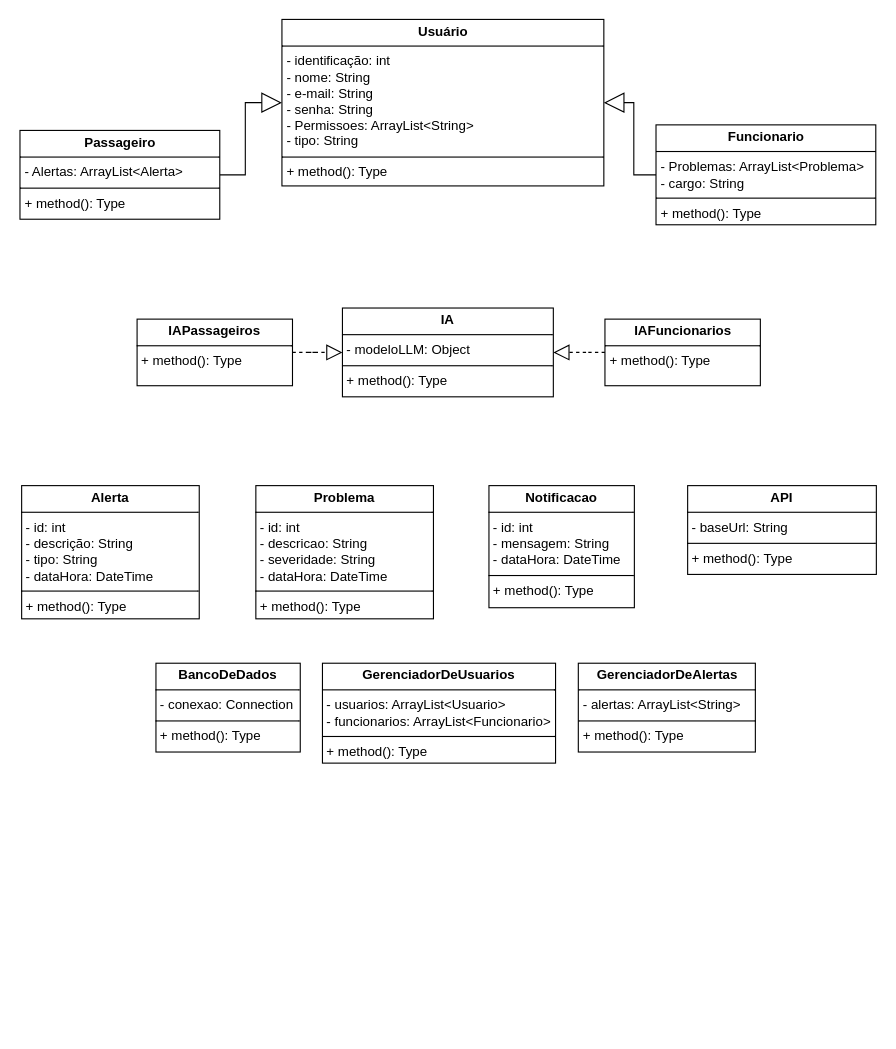
Above: Sprint1-Java-main/Sprint1.drawio in Bortolai/Sprint1-Java (draw.io), before the change. Source tidied: cells renumbered, new cells numbered last; positions are measured from the earlier drawing's top-left corner, leaving out a move shared by most shapes. Both pictures are drawn from the tidied source at 111%, with x=0, y=0 at pixel (20, 19).
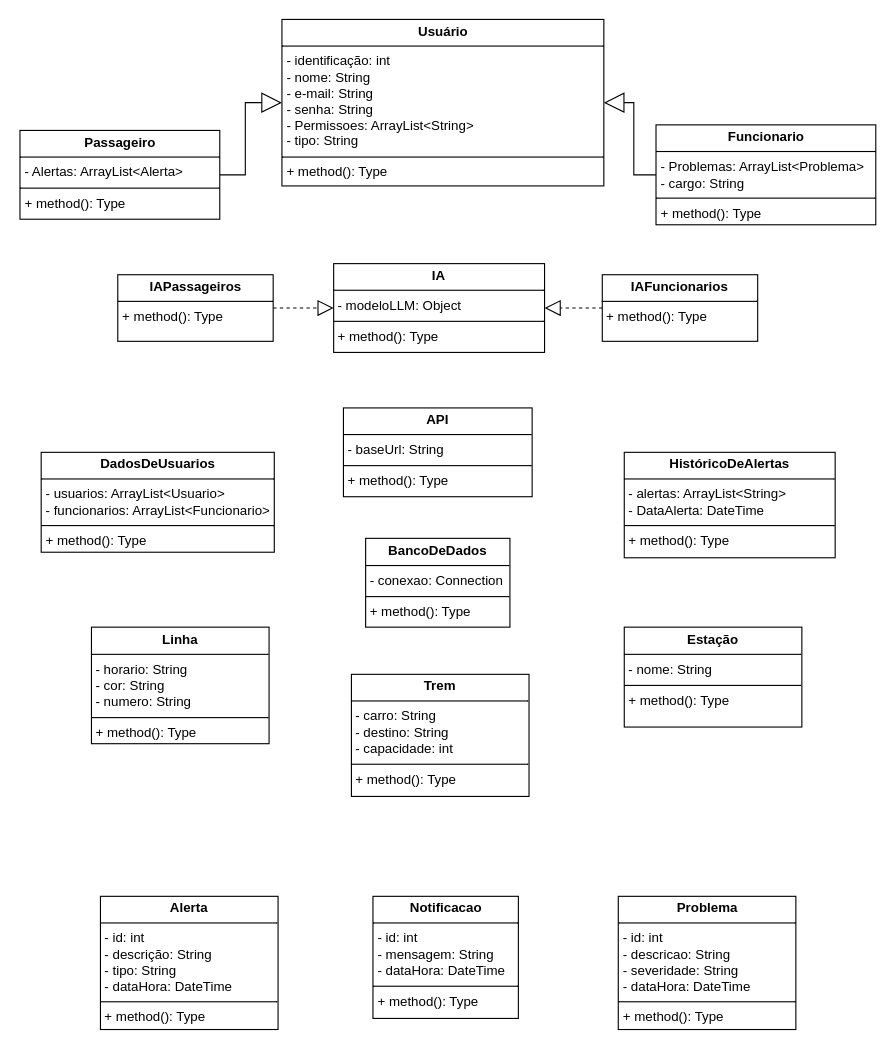
The same page after the edit.

What changed in the source:
```diff
@@
     <mxCell id="7" value="&lt;p style=&quot;margin:0px;margin-top:4px;text-align:center;&quot;&gt;&lt;b&gt;Alerta&lt;/b&gt;&lt;/p&gt;&lt;hr size=&quot;1&quot; style=&quot;border-style:solid;&quot;&gt;&lt;p style=&quot;margin:0px;margin-left:4px;&quot;&gt;- id: int&lt;/p&gt;&lt;p style=&quot;margin:0px;margin-left:4px;&quot;&gt;- descrição: String&lt;/p&gt;&lt;p style=&quot;margin:0px;margin-left:4px;&quot;&gt;- tipo: String&lt;/p&gt;&lt;p style=&quot;margin:0px;margin-left:4px;&quot;&gt;- dataHora: DateTime&lt;/p&gt;&lt;hr size=&quot;1&quot; style=&quot;border-style:solid;&quot;&gt;&lt;p style=&quot;margin:0px;margin-left:4px;&quot;&gt;+ method(): Type&lt;br&gt;&lt;/p&gt;" style="verticalAlign=top;align=left;overflow=fill;html=1;whiteSpace=wrap;" parent="1" vertex="1">
-      <mxGeometry x="1" y="420" width="160" height="120" as="geometry" />
+      <mxGeometry x="72" y="790" width="160" height="120" as="geometry" />
     </mxCell>
     <mxCell id="8" value="&lt;p style=&quot;margin:0px;margin-top:4px;text-align:center;&quot;&gt;&lt;b&gt;Problema&lt;/b&gt;&lt;/p&gt;&lt;hr size=&quot;1&quot; style=&quot;border-style:solid;&quot;&gt;&lt;p style=&quot;margin:0px;margin-left:4px;&quot;&gt;- id: int&lt;/p&gt;&lt;p style=&quot;margin:0px;margin-left:4px;&quot;&gt;- descricao: String&lt;/p&gt;&lt;p style=&quot;margin:0px;margin-left:4px;&quot;&gt;- severidade: String&lt;/p&gt;&lt;p style=&quot;margin:0px;margin-left:4px;&quot;&gt;- dataHora: DateTime&lt;/p&gt;&lt;hr size=&quot;1&quot; style=&quot;border-style:solid;&quot;&gt;&lt;p style=&quot;margin:0px;margin-left:4px;&quot;&gt;+ method(): Type&lt;br&gt;&lt;/p&gt;" style="verticalAlign=top;align=left;overflow=fill;html=1;whiteSpace=wrap;" parent="1" vertex="1">
-      <mxGeometry x="212" y="420" width="160" height="120" as="geometry" />
+      <mxGeometry x="538.5" y="790" width="160" height="120" as="geometry" />
     </mxCell>
     <mxCell id="9" value="&lt;p style=&quot;margin:0px;margin-top:4px;text-align:center;&quot;&gt;&lt;b&gt;Notificacao&lt;/b&gt;&lt;/p&gt;&lt;hr size=&quot;1&quot; style=&quot;border-style:solid;&quot;&gt;&lt;p style=&quot;margin:0px;margin-left:4px;&quot;&gt;- id: int&lt;/p&gt;&lt;p style=&quot;margin:0px;margin-left:4px;&quot;&gt;- mensagem: String&lt;/p&gt;&lt;p style=&quot;margin:0px;margin-left:4px;&quot;&gt;- dataHora: DateTime&lt;/p&gt;&lt;hr size=&quot;1&quot; style=&quot;border-style:solid;&quot;&gt;&lt;p style=&quot;margin:0px;margin-left:4px;&quot;&gt;+ method(): Type&lt;br&gt;&lt;/p&gt;" style="verticalAlign=top;align=left;overflow=fill;html=1;whiteSpace=wrap;" parent="1" vertex="1">
-      <mxGeometry x="422" y="420" width="131" height="110" as="geometry" />
+      <mxGeometry x="317.5" y="790" width="131" height="110" as="geometry" />
     </mxCell>
@@
     <mxCell id="11" value="&lt;p style=&quot;margin:0px;margin-top:4px;text-align:center;&quot;&gt;&lt;b&gt;IAPassageiros&lt;/b&gt;&lt;/p&gt;&lt;hr size=&quot;1&quot; style=&quot;border-style:solid;&quot;&gt;&lt;p style=&quot;margin:0px;margin-left:4px;&quot;&gt;+ method(): Type&lt;br&gt;&lt;/p&gt;" style="verticalAlign=top;align=left;overflow=fill;html=1;whiteSpace=wrap;" parent="1" vertex="1">
-      <mxGeometry x="105" y="270" width="140" height="60" as="geometry" />
+      <mxGeometry x="87.6" y="230" width="140" height="60" as="geometry" />
     </mxCell>
@@
     <mxCell id="13" value="&lt;p style=&quot;margin:0px;margin-top:4px;text-align:center;&quot;&gt;&lt;b&gt;IAFuncionarios&lt;/b&gt;&lt;/p&gt;&lt;hr size=&quot;1&quot; style=&quot;border-style:solid;&quot;&gt;&lt;p style=&quot;margin:0px;margin-left:4px;&quot;&gt;+ method(): Type&lt;br&gt;&lt;/p&gt;" style="verticalAlign=top;align=left;overflow=fill;html=1;whiteSpace=wrap;" parent="1" vertex="1">
-      <mxGeometry x="526.5" y="270" width="140" height="60" as="geometry" />
+      <mxGeometry x="524.1" y="230" width="140" height="60" as="geometry" />
     </mxCell>
     <mxCell id="14" value="&lt;p style=&quot;margin:0px;margin-top:4px;text-align:center;&quot;&gt;&lt;b&gt;BancoDeDados&lt;/b&gt;&lt;/p&gt;&lt;hr size=&quot;1&quot; style=&quot;border-style:solid;&quot;&gt;&lt;p style=&quot;margin:0px;margin-left:4px;&quot;&gt;- conexao: Connection&lt;/p&gt;&lt;hr size=&quot;1&quot; style=&quot;border-style:solid;&quot;&gt;&lt;p style=&quot;margin:0px;margin-left:4px;&quot;&gt;+ method(): Type&lt;br&gt;&lt;/p&gt;" style="verticalAlign=top;align=left;overflow=fill;html=1;whiteSpace=wrap;" parent="1" vertex="1">
-      <mxGeometry x="122" y="580" width="130" height="80" as="geometry" />
+      <mxGeometry x="310.9" y="467.5" width="130" height="80" as="geometry" />
     </mxCell>
     <mxCell id="15" value="&lt;p style=&quot;margin:0px;margin-top:4px;text-align:center;&quot;&gt;&lt;b&gt;IA&lt;/b&gt;&lt;/p&gt;&lt;hr size=&quot;1&quot; style=&quot;border-style:solid;&quot;&gt;&lt;p style=&quot;margin:0px;margin-left:4px;&quot;&gt;- modeloLLM: Object&lt;br&gt;&lt;/p&gt;&lt;hr size=&quot;1&quot; style=&quot;border-style:solid;&quot;&gt;&lt;p style=&quot;margin: 0px 0px 0px 4px;&quot;&gt;+ method(): Type&lt;br&gt;&lt;/p&gt;" style="verticalAlign=top;align=left;overflow=fill;html=1;whiteSpace=wrap;fillColor=none;" parent="1" vertex="1">
-      <mxGeometry x="290" y="260" width="190" height="80" as="geometry" />
+      <mxGeometry x="282.1" y="220" width="190" height="80" as="geometry" />
     </mxCell>
     <mxCell id="16" value="&lt;p style=&quot;margin:0px;margin-top:4px;text-align:center;&quot;&gt;&lt;b&gt;API&lt;/b&gt;&lt;/p&gt;&lt;hr size=&quot;1&quot; style=&quot;border-style:solid;&quot;&gt;&lt;p style=&quot;margin:0px;margin-left:4px;&quot;&gt;- baseUrl: String&lt;br&gt;&lt;/p&gt;&lt;hr size=&quot;1&quot; style=&quot;border-style:solid;&quot;&gt;&lt;p style=&quot;margin:0px;margin-left:4px;&quot;&gt;+ method(): Type&lt;br&gt;&lt;/p&gt;" style="verticalAlign=top;align=left;overflow=fill;html=1;whiteSpace=wrap;" parent="1" vertex="1">
-      <mxGeometry x="601" y="420" width="170" height="80" as="geometry" />
+      <mxGeometry x="290.9" y="350" width="170" height="80" as="geometry" />
     </mxCell>
-    <mxCell id="17" value="&lt;p style=&quot;margin:0px;margin-top:4px;text-align:center;&quot;&gt;&lt;b&gt;GerenciadorDeAlertas&lt;/b&gt;&lt;br&gt;&lt;/p&gt;&lt;hr size=&quot;1&quot; style=&quot;border-style:solid;&quot;&gt;&lt;p style=&quot;margin:0px;margin-left:4px;&quot;&gt;- alertas: ArrayList&amp;lt;String&amp;gt;&lt;br&gt;&lt;/p&gt;&lt;hr size=&quot;1&quot; style=&quot;border-style:solid;&quot;&gt;&lt;p style=&quot;margin: 0px 0px 0px 4px;&quot;&gt;+ method(): Type&lt;br&gt;&lt;/p&gt;" style="verticalAlign=top;align=left;overflow=fill;html=1;whiteSpace=wrap;" parent="1" vertex="1">
-      <mxGeometry x="502.5" y="580" width="159.5" height="80" as="geometry" />
+    <mxCell id="17" value="&lt;p style=&quot;margin:0px;margin-top:4px;text-align:center;&quot;&gt;&lt;b&gt;HistóricoDeAlertas&lt;/b&gt;&lt;br&gt;&lt;/p&gt;&lt;hr size=&quot;1&quot; style=&quot;border-style:solid;&quot;&gt;&lt;p style=&quot;margin:0px;margin-left:4px;&quot;&gt;- alertas: ArrayList&amp;lt;String&amp;gt;&lt;br&gt;&lt;/p&gt;&lt;p style=&quot;margin:0px;margin-left:4px;&quot;&gt;- DataAlerta: DateTime&lt;/p&gt;&lt;hr size=&quot;1&quot; style=&quot;border-style:solid;&quot;&gt;&lt;p style=&quot;margin: 0px 0px 0px 4px;&quot;&gt;+ method(): Type&lt;br&gt;&lt;/p&gt;" style="verticalAlign=top;align=left;overflow=fill;html=1;whiteSpace=wrap;" parent="1" vertex="1">
+      <mxGeometry x="543.9" y="390" width="190" height="95" as="geometry" />
     </mxCell>
-    <mxCell id="18" value="&lt;p style=&quot;margin:0px;margin-top:4px;text-align:center;&quot;&gt;&lt;b&gt;GerenciadorDeUsuarios&lt;/b&gt;&lt;br&gt;&lt;/p&gt;&lt;hr size=&quot;1&quot; style=&quot;border-style:solid;&quot;&gt;&lt;p style=&quot;margin:0px;margin-left:4px;&quot;&gt;- usuarios: ArrayList&amp;lt;Usuario&amp;gt;&lt;br&gt;&lt;/p&gt;&lt;p style=&quot;margin:0px;margin-left:4px;&quot;&gt;- funcionarios: ArrayList&amp;lt;Funcionario&amp;gt;&lt;/p&gt;&lt;hr size=&quot;1&quot; style=&quot;border-style:solid;&quot;&gt;&lt;p style=&quot;margin: 0px 0px 0px 4px;&quot;&gt;+ method(): Type&lt;br&gt;&lt;/p&gt;" style="verticalAlign=top;align=left;overflow=fill;html=1;whiteSpace=wrap;" parent="1" vertex="1">
-      <mxGeometry x="272" y="580" width="210" height="90" as="geometry" />
+    <mxCell id="18" value="&lt;p style=&quot;margin:0px;margin-top:4px;text-align:center;&quot;&gt;&lt;b&gt;DadosDeUsuarios&lt;/b&gt;&lt;br&gt;&lt;/p&gt;&lt;hr size=&quot;1&quot; style=&quot;border-style:solid;&quot;&gt;&lt;p style=&quot;margin:0px;margin-left:4px;&quot;&gt;- usuarios: ArrayList&amp;lt;Usuario&amp;gt;&lt;br&gt;&lt;/p&gt;&lt;p style=&quot;margin:0px;margin-left:4px;&quot;&gt;- funcionarios: ArrayList&amp;lt;Funcionario&amp;gt;&lt;/p&gt;&lt;hr size=&quot;1&quot; style=&quot;border-style:solid;&quot;&gt;&lt;p style=&quot;margin: 0px 0px 0px 4px;&quot;&gt;+ method(): Type&lt;br&gt;&lt;/p&gt;" style="verticalAlign=top;align=left;overflow=fill;html=1;whiteSpace=wrap;" parent="1" vertex="1">
+      <mxGeometry x="18.6" y="390" width="210" height="90" as="geometry" />
     </mxCell>
+    <mxCell id="19" value="&lt;p style=&quot;margin:0px;margin-top:4px;text-align:center;&quot;&gt;&lt;b&gt;Trem&lt;/b&gt;&lt;/p&gt;&lt;hr size=&quot;1&quot; style=&quot;border-style:solid;&quot;&gt;&lt;p style=&quot;margin:0px;margin-left:4px;&quot;&gt;- carro: String&lt;/p&gt;&lt;p style=&quot;margin:0px;margin-left:4px;&quot;&gt;- destino: String&lt;/p&gt;&lt;p style=&quot;margin:0px;margin-left:4px;&quot;&gt;- capacidade: int&lt;/p&gt;&lt;hr size=&quot;1&quot; style=&quot;border-style:solid;&quot;&gt;&lt;p style=&quot;margin:0px;margin-left:4px;&quot;&gt;+ method(): Type&lt;/p&gt;" style="verticalAlign=top;align=left;overflow=fill;html=1;whiteSpace=wrap;" parent="1" vertex="1">
+      <mxGeometry x="298.1" y="590" width="160" height="110" as="geometry" />
+    </mxCell>
+    <mxCell id="20" value="&lt;p style=&quot;margin:0px;margin-top:4px;text-align:center;&quot;&gt;&lt;b&gt;Estação&lt;/b&gt;&lt;/p&gt;&lt;hr size=&quot;1&quot; style=&quot;border-style:solid;&quot;&gt;&lt;p style=&quot;margin:0px;margin-left:4px;&quot;&gt;- nome: String&lt;/p&gt;&lt;hr size=&quot;1&quot; style=&quot;border-style:solid;&quot;&gt;&lt;p style=&quot;margin:0px;margin-left:4px;&quot;&gt;+ method(): Type&lt;/p&gt;" style="verticalAlign=top;align=left;overflow=fill;html=1;whiteSpace=wrap;" parent="1" vertex="1">
+      <mxGeometry x="543.9" y="547.5" width="160" height="90" as="geometry" />
+    </mxCell>
+    <mxCell id="21" value="&lt;p style=&quot;margin:0px;margin-top:4px;text-align:center;&quot;&gt;&lt;b&gt;Linha&lt;/b&gt;&lt;/p&gt;&lt;hr size=&quot;1&quot; style=&quot;border-style:solid;&quot;&gt;&lt;p style=&quot;margin:0px;margin-left:4px;&quot;&gt;- horario: String&lt;/p&gt;&lt;p style=&quot;margin:0px;margin-left:4px;&quot;&gt;- cor: String&lt;/p&gt;&lt;p style=&quot;margin:0px;margin-left:4px;&quot;&gt;- numero: String&lt;/p&gt;&lt;hr size=&quot;1&quot; style=&quot;border-style:solid;&quot;&gt;&lt;p style=&quot;margin:0px;margin-left:4px;&quot;&gt;+ method(): Type&lt;/p&gt;" style="verticalAlign=top;align=left;overflow=fill;html=1;whiteSpace=wrap;" parent="1" vertex="1">
+      <mxGeometry x="63.9" y="547.5" width="160" height="105" as="geometry" />
+    </mxCell>
```
